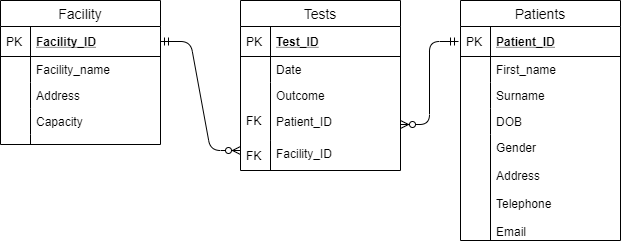
The draw.io diagram ProjectERD.png in HMatthewsQA/FundamentalProject, before a commit. Source tidied: cells renumbered, new cells last; positions are measured from the earlier drawing's top-left corner, leaving out a move shared by most shapes.
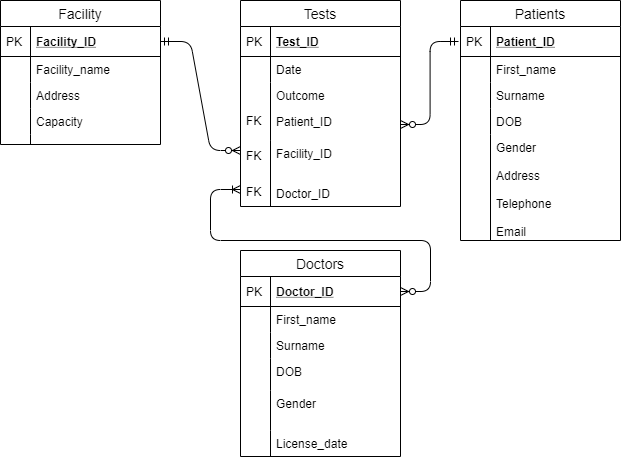
The same file after the commit.

Change to the diagram source:
```diff
@@ -41,7 +41,7 @@
       <mxGeometry width="30" height="10" as="geometry" />
     </mxCell>
     <mxCell id="14" value="Tests" style="swimlane;fontStyle=0;horizontal=1;startSize=26;align=center;fontSize=14;" parent="1" vertex="1">
-      <mxGeometry x="240" width="160" height="170" as="geometry" />
+      <mxGeometry x="240" width="160" height="206" as="geometry" />
     </mxCell>
     <mxCell id="15" value="Test_ID" style="shape=partialRectangle;top=0;left=0;right=0;bottom=1;align=left;verticalAlign=middle;fillColor=none;spacingLeft=34;spacingRight=4;overflow=hidden;fontStyle=5;fontSize=12;" parent="14" vertex="1">
       <mxGeometry y="26" width="160" height="30" as="geometry" />
@@ -68,11 +68,17 @@
       <mxGeometry width="30" height="32" as="geometry" />
     </mxCell>
     <mxCell id="23" value="Facility_ID" style="shape=partialRectangle;top=0;left=0;right=0;bottom=0;align=left;verticalAlign=top;fillColor=none;spacingLeft=34;spacingRight=4;overflow=hidden;fontSize=12;" parent="14" vertex="1">
-      <mxGeometry y="140" width="160" height="30" as="geometry" />
+      <mxGeometry y="140" width="160" height="40" as="geometry" />
     </mxCell>
     <mxCell id="24" style="shape=partialRectangle;top=0;left=0;bottom=0;fillColor=none;align=left;verticalAlign=top;spacingLeft=4;spacingRight=4;overflow=hidden;fontSize=12;" parent="23" vertex="1">
-      <mxGeometry width="30" height="30" as="geometry" />
+      <mxGeometry width="30" height="40" as="geometry" />
     </mxCell>
+    <mxCell id="39" value="Doctor_ID" style="shape=partialRectangle;top=0;left=0;right=0;bottom=0;align=left;verticalAlign=top;fillColor=none;spacingLeft=34;spacingRight=4;overflow=hidden;fontSize=12;" parent="14" vertex="1">
+      <mxGeometry y="180" width="160" height="26" as="geometry" />
+    </mxCell>
+    <mxCell id="40" style="shape=partialRectangle;top=0;left=0;bottom=0;fillColor=none;align=left;verticalAlign=top;spacingLeft=4;spacingRight=4;overflow=hidden;fontSize=12;" parent="39" vertex="1">
+      <mxGeometry width="30" height="26" as="geometry" />
+    </mxCell>
     <mxCell id="25" value="Patients" style="swimlane;fontStyle=0;horizontal=1;startSize=26;align=center;fontSize=14;" parent="1" vertex="1">
       <mxGeometry x="460" width="160" height="240" as="geometry" />
     </mxCell>
@@ -117,5 +123,52 @@
         <mxPoint x="240" y="150" as="targetPoint" />
       </mxGeometry>
     </mxCell>
+    <mxCell id="41" value="FK" style="shape=partialRectangle;top=0;left=0;bottom=0;fillColor=none;align=left;verticalAlign=middle;spacingLeft=4;spacingRight=4;overflow=hidden;fontSize=12;" parent="1" vertex="1">
+      <mxGeometry x="240" y="176" width="30" height="30" as="geometry" />
+    </mxCell>
+    <mxCell id="42" value="Doctors" style="swimlane;fontStyle=0;horizontal=1;startSize=26;align=center;fontSize=14;" parent="1" vertex="1">
+      <mxGeometry x="240" y="250" width="160" height="206" as="geometry" />
+    </mxCell>
+    <mxCell id="43" value="Doctor_ID" style="shape=partialRectangle;top=0;left=0;right=0;bottom=1;align=left;verticalAlign=middle;fillColor=none;spacingLeft=34;spacingRight=4;overflow=hidden;points=[[0,0.5],[1,0.5]];portConstraint=eastwest;fontStyle=5;fontSize=12;" parent="42" vertex="1">
+      <mxGeometry y="26" width="160" height="30" as="geometry" />
+    </mxCell>
+    <mxCell id="44" value="PK" style="shape=partialRectangle;top=0;left=0;bottom=0;fillColor=none;align=left;verticalAlign=middle;spacingLeft=4;spacingRight=4;overflow=hidden;fontSize=12;" parent="43" vertex="1">
+      <mxGeometry width="30" height="30" as="geometry" />
+    </mxCell>
+    <mxCell id="45" value="First_name" style="shape=partialRectangle;top=0;left=0;right=0;bottom=0;align=left;verticalAlign=top;fillColor=none;spacingLeft=34;spacingRight=4;overflow=hidden;fontSize=12;" parent="42" vertex="1">
+      <mxGeometry y="56" width="160" height="26" as="geometry" />
+    </mxCell>
+    <mxCell id="46" style="shape=partialRectangle;top=0;left=0;bottom=0;fillColor=none;align=left;verticalAlign=top;spacingLeft=4;spacingRight=4;overflow=hidden;fontSize=12;" parent="45" vertex="1">
+      <mxGeometry width="30" height="26" as="geometry" />
+    </mxCell>
+    <mxCell id="47" value="Surname" style="shape=partialRectangle;top=0;left=0;right=0;bottom=0;align=left;verticalAlign=top;fillColor=none;spacingLeft=34;spacingRight=4;overflow=hidden;fontSize=12;" parent="42" vertex="1">
+      <mxGeometry y="82" width="160" height="26" as="geometry" />
+    </mxCell>
+    <mxCell id="48" style="shape=partialRectangle;top=0;left=0;bottom=0;fillColor=none;align=left;verticalAlign=top;spacingLeft=4;spacingRight=4;overflow=hidden;fontSize=12;" parent="47" vertex="1">
+      <mxGeometry width="30" height="26" as="geometry" />
+    </mxCell>
+    <mxCell id="49" value="DOB" style="shape=partialRectangle;top=0;left=0;right=0;bottom=0;align=left;verticalAlign=top;fillColor=none;spacingLeft=34;spacingRight=4;overflow=hidden;fontSize=12;" parent="42" vertex="1">
+      <mxGeometry y="108" width="160" height="32" as="geometry" />
+    </mxCell>
+    <mxCell id="50" style="shape=partialRectangle;top=0;left=0;bottom=0;fillColor=none;align=left;verticalAlign=top;spacingLeft=4;spacingRight=4;overflow=hidden;fontSize=12;" parent="49" vertex="1">
+      <mxGeometry width="30" height="32" as="geometry" />
+    </mxCell>
+    <mxCell id="51" value="Gender" style="shape=partialRectangle;top=0;left=0;right=0;bottom=0;align=left;verticalAlign=top;fillColor=none;spacingLeft=34;spacingRight=4;overflow=hidden;fontSize=12;" parent="42" vertex="1">
+      <mxGeometry y="140" width="160" height="40" as="geometry" />
+    </mxCell>
+    <mxCell id="52" style="shape=partialRectangle;top=0;left=0;bottom=0;fillColor=none;align=left;verticalAlign=top;spacingLeft=4;spacingRight=4;overflow=hidden;fontSize=12;" parent="51" vertex="1">
+      <mxGeometry width="30" height="40" as="geometry" />
+    </mxCell>
+    <mxCell id="53" value="License_date" style="shape=partialRectangle;top=0;left=0;right=0;bottom=0;align=left;verticalAlign=top;fillColor=none;spacingLeft=34;spacingRight=4;overflow=hidden;fontSize=12;" parent="42" vertex="1">
+      <mxGeometry y="180" width="160" height="26" as="geometry" />
+    </mxCell>
+    <mxCell id="54" style="shape=partialRectangle;top=0;left=0;bottom=0;fillColor=none;align=left;verticalAlign=top;spacingLeft=4;spacingRight=4;overflow=hidden;fontSize=12;" parent="53" vertex="1">
+      <mxGeometry width="30" height="26" as="geometry" />
+    </mxCell>
+    <mxCell id="55" style="edgeStyle=entityRelationEdgeStyle;fontSize=12;html=1;endArrow=ERoneToMany;startArrow=ERzeroToMany;exitX=1;exitY=0.5;exitDx=0;exitDy=0;" parent="1" edge="1" source="43">
+      <mxGeometry relative="1" as="geometry">
+        <mxPoint x="240" y="189" as="targetPoint" />
+      </mxGeometry>
+    </mxCell>
   </root>
 </mxGraphModel>
```
